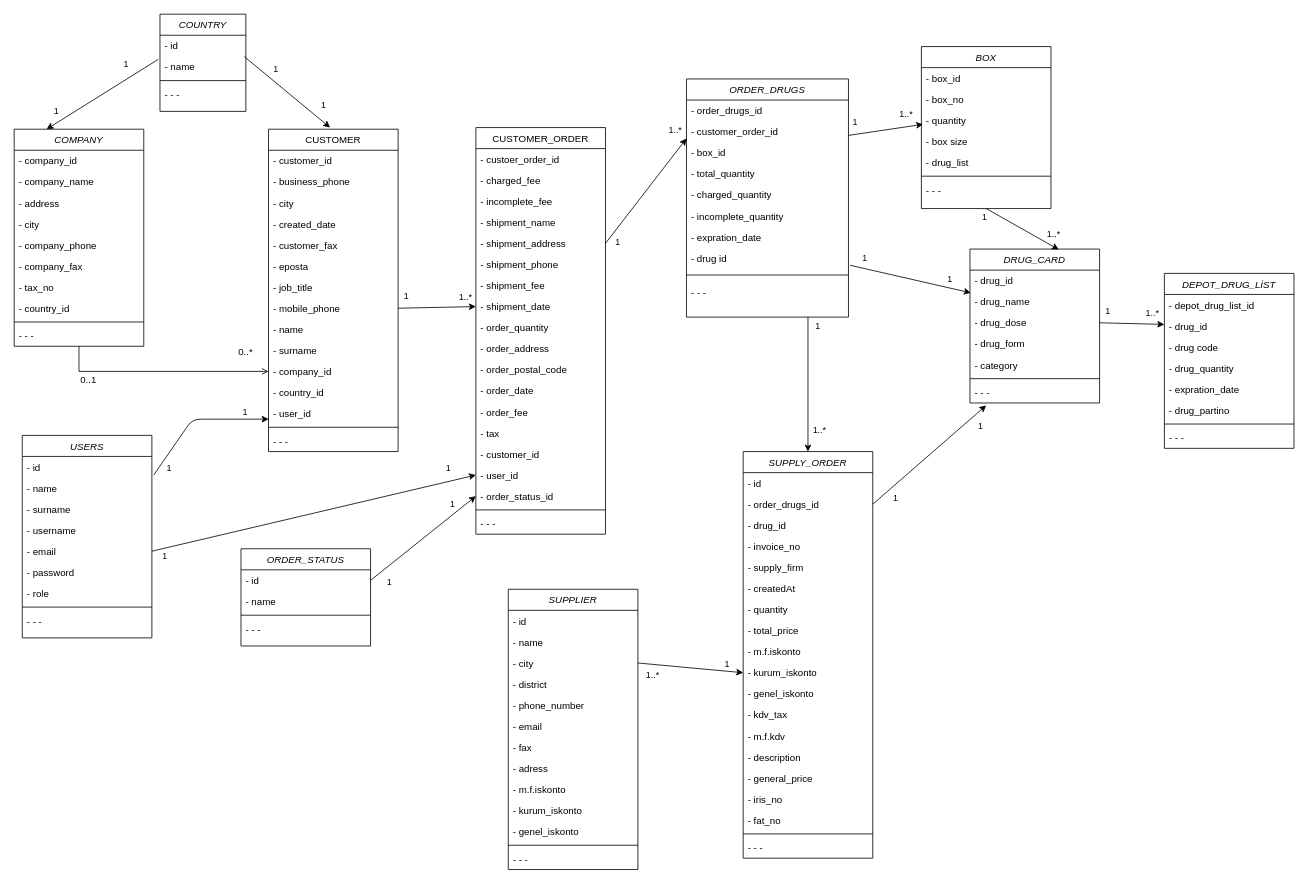
This is Untitled Diagram.drawio from viacelal/diagram, a draw.io file, before an edit. Source tidied: cells renumbered, new cells numbered last; positions are measured from the earlier drawing's top-left corner, leaving out a move shared by most shapes. Both pictures are drawn from the tidied source at 81%, with x=0, y=0 at pixel (14, 14).
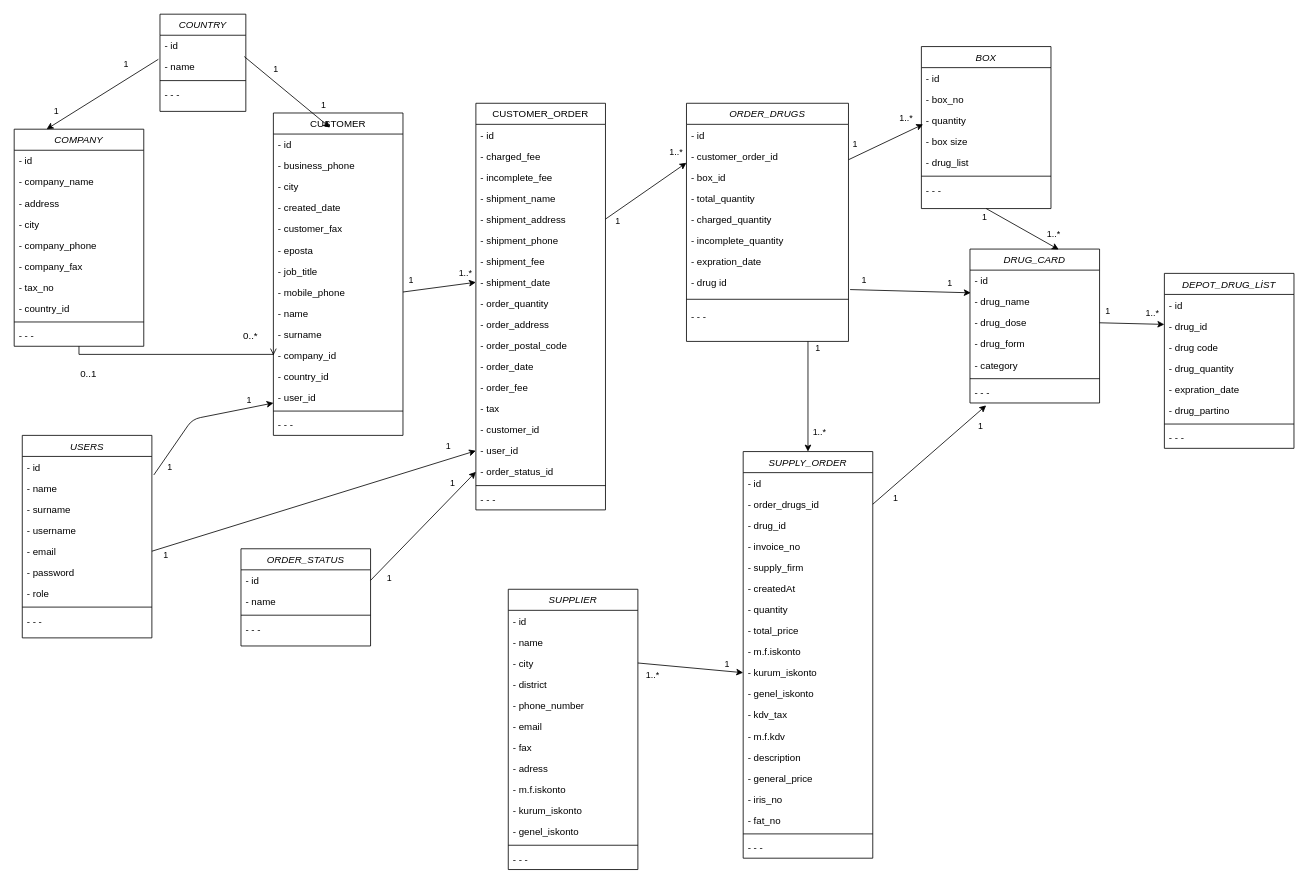
The same diagram, later.

The change refers to these unchanged cells:
```xml
<mxCell id="2" value="COMPANY&#10;" style="swimlane;fontStyle=2;align=center;verticalAlign=top;horizontal=1;startSize=26;rounded=0;shadow=0;strokeWidth=1;" parent="1" vertex="1">
  <mxGeometry y="142" width="160" height="268" as="geometry" />
</mxCell>
<mxCell id="24" value="- company_id" style="text;align=left;verticalAlign=top;spacingLeft=4;spacingRight=4;overflow=hidden;points=[[0,0.5],[1,0.5]];portConstraint=eastwest;rounded=0;shadow=0;html=0;" parent="13" vertex="1">
  <mxGeometry y="286" width="160" height="26" as="geometry" />
</mxCell>
<mxCell id="108" value="BOX" style="swimlane;fontStyle=2;align=center;verticalAlign=top;horizontal=1;startSize=26;rounded=0;shadow=0;strokeWidth=1;" parent="1" vertex="1">
  <mxGeometry x="1120" y="40" width="160" height="200" as="geometry" />
</mxCell>
<mxCell id="116" value="DEPOT_DRUG_LİST" style="swimlane;fontStyle=2;align=center;verticalAlign=top;horizontal=1;startSize=26;rounded=0;shadow=0;strokeWidth=1;" parent="1" vertex="1">
  <mxGeometry x="1420" y="320" width="160" height="216" as="geometry" />
</mxCell>
<mxCell id="156" value="DRUG_CARD" style="swimlane;fontStyle=2;align=center;verticalAlign=top;horizontal=1;startSize=26;rounded=0;shadow=0;strokeWidth=1;" parent="1" vertex="1">
  <mxGeometry x="1180" y="290" width="160" height="190" as="geometry" />
</mxCell>
```

What changed in the source:
```diff
@@
-    <mxCell id="3" value="- company_id" style="text;align=left;verticalAlign=top;spacingLeft=4;spacingRight=4;overflow=hidden;" parent="2" vertex="1">
+    <mxCell id="3" value="- id" style="text;align=left;verticalAlign=top;spacingLeft=4;spacingRight=4;overflow=hidden;" parent="2" vertex="1">
       <mxGeometry y="26" width="160" height="26" as="geometry" />
     </mxCell>
@@
     <mxCell id="13" value="CUSTOMER&#10;" style="swimlane;fontStyle=0;align=center;verticalAlign=top;horizontal=1;startSize=26;rounded=0;shadow=0;strokeWidth=1;" parent="1" vertex="1">
-      <mxGeometry x="314" y="142" width="160" height="398" as="geometry" />
+      <mxGeometry x="320" y="122" width="160" height="398" as="geometry" />
     </mxCell>
-    <mxCell id="14" value="- customer_id" style="text;align=left;verticalAlign=top;spacingLeft=4;spacingRight=4;overflow=hidden;" parent="13" vertex="1">
+    <mxCell id="14" value="- id" style="text;align=left;verticalAlign=top;spacingLeft=4;spacingRight=4;overflow=hidden;" parent="13" vertex="1">
       <mxGeometry y="26" width="160" height="26" as="geometry" />
     </mxCell>
@@
     <mxCell id="29" style="endArrow=open;shadow=0;strokeWidth=1;rounded=0;endFill=1;edgeStyle=elbowEdgeStyle;elbow=vertical;entryX=0;entryY=0.5;entryDx=0;entryDy=0;" parent="1" edge="1" source="2" target="24">
       <mxGeometry x="0.5" y="41" relative="1" as="geometry">
         <Array as="points">
+          <mxPoint x="310" y="420" />
+          <mxPoint x="270" y="420" />
           <mxPoint x="250" y="441" />
           <mxPoint x="220" y="460" />
         </Array>
         <mxPoint x="-40" y="32" as="offset" />
       </mxGeometry>
     </mxCell>
     <mxCell id="30" value="0..1" style="align=left;verticalAlign=bottom;labelBackgroundColor=none;fontSize=12;" parent="29" vertex="1">
       <mxGeometry x="-1" relative="1" as="geometry">
-        <mxPoint y="49.3" as="offset" />
+        <mxPoint y="42.3" as="offset" />
       </mxGeometry>
     </mxCell>
@@
     <mxCell id="32" value="CUSTOMER_ORDER" style="swimlane;fontStyle=0;align=center;verticalAlign=top;horizontal=1;startSize=26;rounded=0;shadow=0;strokeWidth=1;" parent="1" vertex="1">
-      <mxGeometry x="570" y="140" width="160" height="502" as="geometry" />
+      <mxGeometry x="570" y="110" width="160" height="502" as="geometry" />
     </mxCell>
-    <mxCell id="33" value="- custoer_order_id" style="text;align=left;verticalAlign=top;spacingLeft=4;spacingRight=4;overflow=hidden;" parent="32" vertex="1">
+    <mxCell id="33" value="- id" style="text;align=left;verticalAlign=top;spacingLeft=4;spacingRight=4;overflow=hidden;" parent="32" vertex="1">
       <mxGeometry y="26" width="160" height="26" as="geometry" />
     </mxCell>
@@
     <mxCell id="55" value="ORDER_DRUGS" style="swimlane;fontStyle=2;align=center;verticalAlign=top;horizontal=1;startSize=26;rounded=0;shadow=0;strokeWidth=1;" parent="1" vertex="1">
-      <mxGeometry x="830" y="80" width="200" height="294" as="geometry" />
+      <mxGeometry x="830" y="110" width="200" height="294" as="geometry" />
     </mxCell>
-    <mxCell id="56" value="- order_drugs_id" style="text;align=left;verticalAlign=top;spacingLeft=4;spacingRight=4;overflow=hidden;" parent="55" vertex="1">
+    <mxCell id="56" value="- id" style="text;align=left;verticalAlign=top;spacingLeft=4;spacingRight=4;overflow=hidden;" parent="55" vertex="1">
       <mxGeometry y="26" width="200" height="26" as="geometry" />
     </mxCell>
@@
-    <mxCell id="109" value="- box_id" style="text;align=left;verticalAlign=top;spacingLeft=4;spacingRight=4;overflow=hidden;" parent="108" vertex="1">
+    <mxCell id="109" value="- id" style="text;align=left;verticalAlign=top;spacingLeft=4;spacingRight=4;overflow=hidden;" parent="108" vertex="1">
       <mxGeometry y="26" width="160" height="26" as="geometry" />
     </mxCell>
@@
-    <mxCell id="117" value="- depot_drug_list_id" style="text;align=left;verticalAlign=top;spacingLeft=4;spacingRight=4;overflow=hidden;" parent="116" vertex="1">
+    <mxCell id="117" value="- id" style="text;align=left;verticalAlign=top;spacingLeft=4;spacingRight=4;overflow=hidden;" parent="116" vertex="1">
       <mxGeometry y="26" width="160" height="26" as="geometry" />
     </mxCell>
@@
-    <mxCell id="157" value="- drug_id" style="text;align=left;verticalAlign=top;spacingLeft=4;spacingRight=4;overflow=hidden;points=[[0,0.5],[1,0.5]];portConstraint=eastwest;" parent="156" vertex="1">
+    <mxCell id="157" value="- id" style="text;align=left;verticalAlign=top;spacingLeft=4;spacingRight=4;overflow=hidden;points=[[0,0.5],[1,0.5]];portConstraint=eastwest;" parent="156" vertex="1">
       <mxGeometry y="26" width="160" height="26" as="geometry" />
     </mxCell>
```
